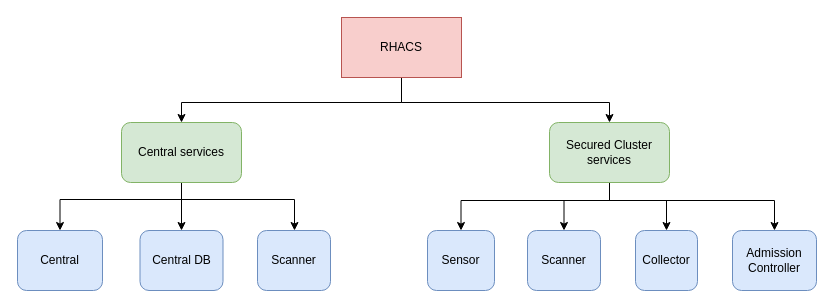
XuanNgo0801/openshift-practice keeps this draw.io diagram as RHACS.drawio. Above is the earlier version. Source tidied: cells renumbered, new cells numbered last; positions are measured from the earlier drawing's top-left corner, leaving out a move shared by most shapes. Both pictures are drawn from the tidied source at 100%, with x=0, y=0 at pixel (17, 17).
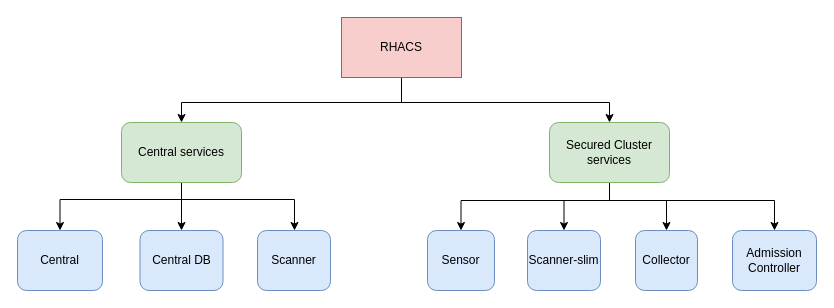
The same diagram, later.

Commit message (it also covers changes not shown here):
Cập nhật RHACS.drawio

The edit, as a diff of the source:
```diff
@@
-    <mxCell id="20" value="Scanner" style="rounded=1;whiteSpace=wrap;html=1;fillColor=#dae8fc;strokeColor=#6c8ebf;" parent="1" vertex="1">
+    <mxCell id="20" value="Scanner-slim" style="rounded=1;whiteSpace=wrap;html=1;fillColor=#dae8fc;strokeColor=#6c8ebf;" parent="1" vertex="1">
       <mxGeometry x="510" y="213" width="73" height="60" as="geometry" />
     </mxCell>
```
